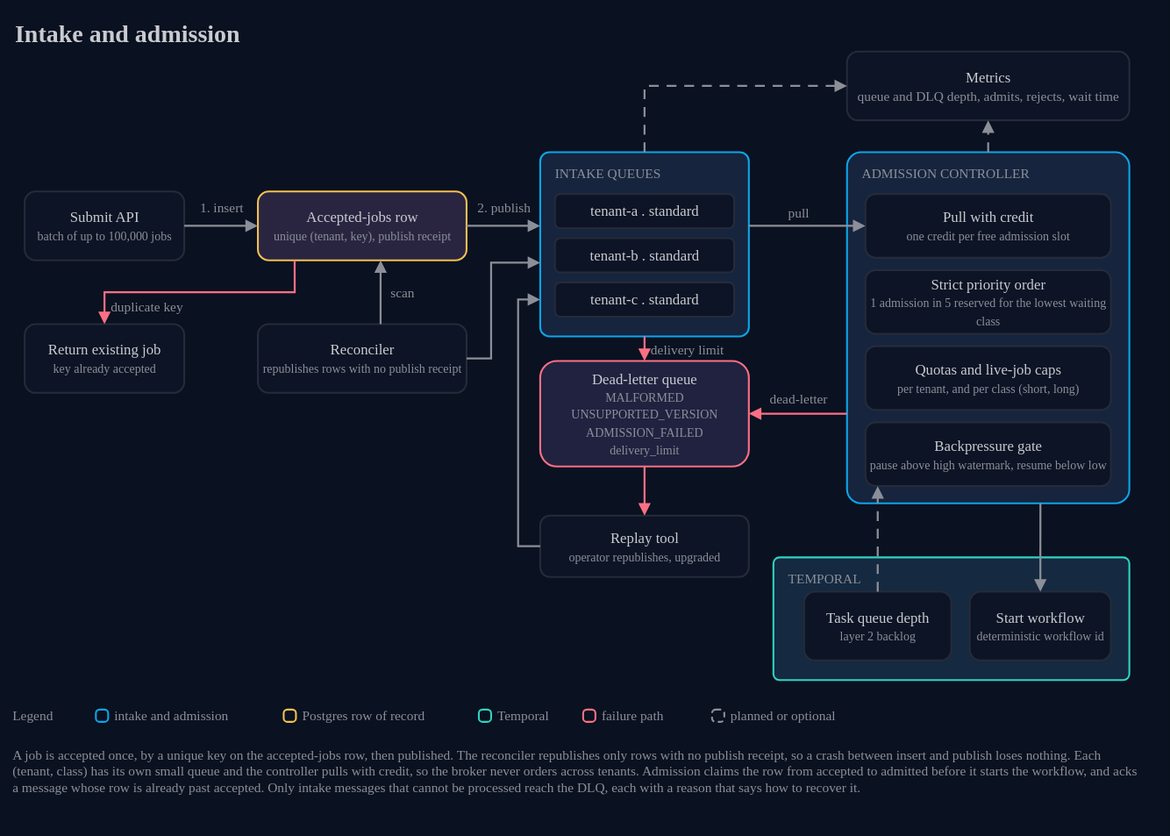
Above: docs/architecture/10-intake-and-admission.drawio.svg in AndoNorth/disyard (draw.io), before the change. Source tidied: cells renumbered, new cells last; positions are measured from the earlier drawing's top-left corner, leaving out a move shared by most shapes.
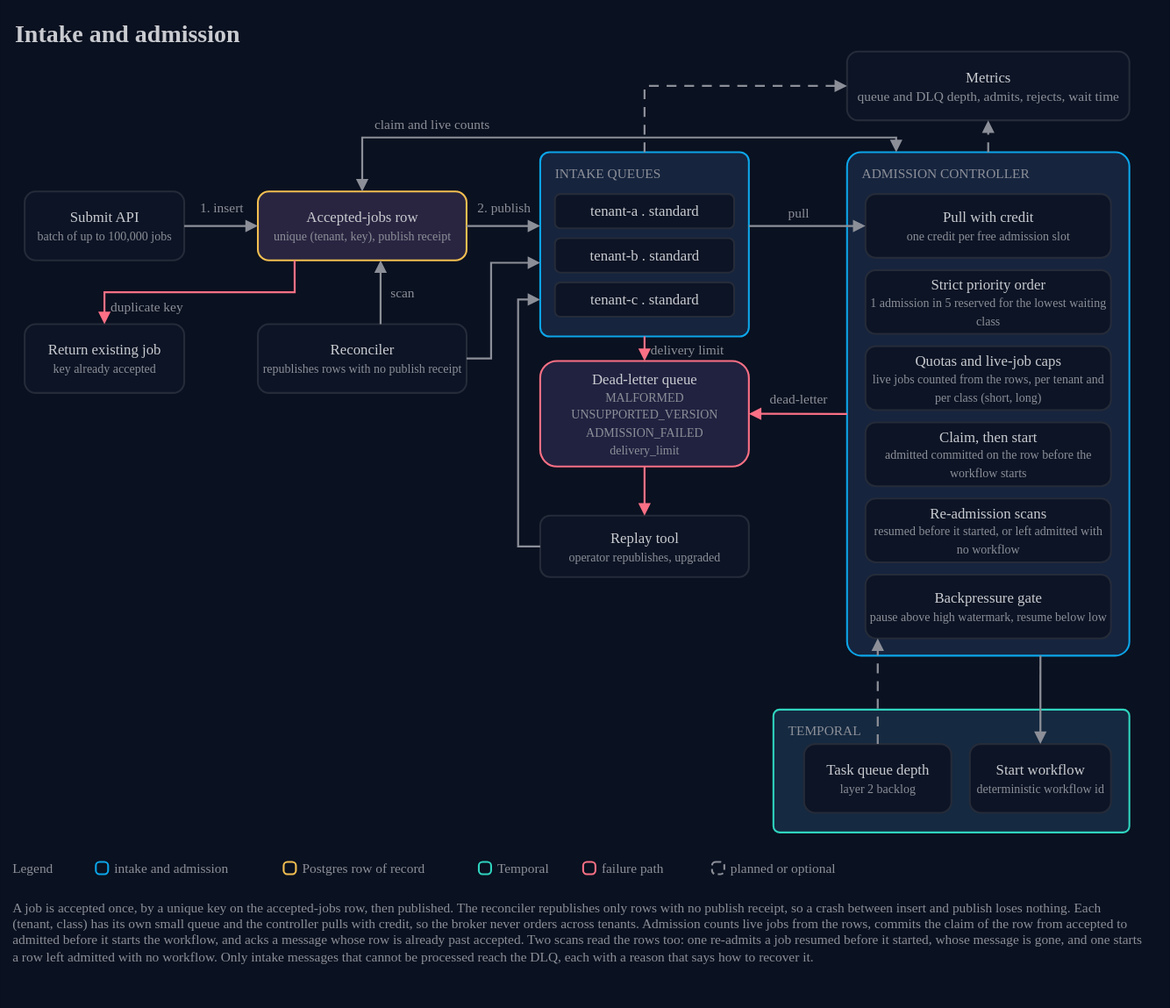
Above is the later version.

Commit message:
feat(admission): [#8] package skeleton, wheel test and diagram 10 (0.1)

What changed in the source:
```diff
@@ -36,7 +36,7 @@
       <mxGeometry x="442" y="220" width="146" height="28" as="geometry" />
     </mxCell>
     <mxCell id="13" style="rounded=1;arcSize=5;html=1;whiteSpace=wrap;fillColor=#16243e;strokeColor=#0ca5e9;strokeWidth=1.5;fontColor=#c9cbd0;fontSize=12;fontFamily=IBM Plex Sans;verticalAlign=top;align=left;" parent="1" vertex="1">
-      <mxGeometry x="680" y="114" width="230" height="286" as="geometry" />
+      <mxGeometry x="680" y="114" width="230" height="410" as="geometry" />
     </mxCell>
     <mxCell id="14" value="ADMISSION CONTROLLER" style="text;html=1;strokeColor=none;fillColor=none;align=left;verticalAlign=middle;whiteSpace=nowrap;fontColor=#8c8f98;fontSize=11;fontFamily=IBM Plex Mono;spacing=0;" parent="1" vertex="1">
       <mxGeometry x="692" y="122" width="206" height="18" as="geometry" />
@@ -47,12 +47,18 @@
     <mxCell id="16" value="Strict priority order&lt;br&gt;&lt;font color=&quot;#8c8f98&quot; style=&quot;font-size:10px&quot;&gt;1 admission in 5 reserved for the lowest waiting class&lt;/font&gt;" style="rounded=1;arcSize=16;html=1;whiteSpace=wrap;fillColor=#0c1425;strokeColor=#252b39;strokeWidth=1.5;fontColor=#c9cbd0;fontSize=12;fontFamily=IBM Plex Sans;" parent="1" vertex="1">
       <mxGeometry x="695" y="210" width="200" height="52" as="geometry" />
     </mxCell>
-    <mxCell id="17" value="Quotas and live-job caps&lt;br&gt;&lt;font color=&quot;#8c8f98&quot; style=&quot;font-size:10px&quot;&gt;per tenant, and per class (short, long)&lt;/font&gt;" style="rounded=1;arcSize=16;html=1;whiteSpace=wrap;fillColor=#0c1425;strokeColor=#252b39;strokeWidth=1.5;fontColor=#c9cbd0;fontSize=12;fontFamily=IBM Plex Sans;" parent="1" vertex="1">
+    <mxCell id="17" value="Quotas and live-job caps&lt;br&gt;&lt;font color=&quot;#8c8f98&quot; style=&quot;font-size:10px&quot;&gt;live jobs counted from the rows, per tenant and per class (short, long)&lt;/font&gt;" style="rounded=1;arcSize=16;html=1;whiteSpace=wrap;fillColor=#0c1425;strokeColor=#252b39;strokeWidth=1.5;fontColor=#c9cbd0;fontSize=12;fontFamily=IBM Plex Sans;" parent="1" vertex="1">
       <mxGeometry x="695" y="272" width="200" height="52" as="geometry" />
     </mxCell>
     <mxCell id="18" value="Backpressure gate&lt;br&gt;&lt;font color=&quot;#8c8f98&quot; style=&quot;font-size:10px&quot;&gt;pause above high watermark, resume below low&lt;/font&gt;" style="rounded=1;arcSize=16;html=1;whiteSpace=wrap;fillColor=#0c1425;strokeColor=#252b39;strokeWidth=1.5;fontColor=#c9cbd0;fontSize=12;fontFamily=IBM Plex Sans;" parent="1" vertex="1">
-      <mxGeometry x="695" y="334" width="200" height="52" as="geometry" />
+      <mxGeometry x="695" y="458" width="200" height="52" as="geometry" />
     </mxCell>
+    <mxCell id="58" value="Claim, then start&lt;br&gt;&lt;font color=&quot;#8c8f98&quot; style=&quot;font-size:10px&quot;&gt;admitted committed on the row before the workflow starts&lt;/font&gt;" style="rounded=1;arcSize=16;html=1;whiteSpace=wrap;fillColor=#0c1425;strokeColor=#252b39;strokeWidth=1.5;fontColor=#c9cbd0;fontSize=12;fontFamily=IBM Plex Sans;" parent="1" vertex="1">
+      <mxGeometry x="695" y="334" width="200" height="52" as="geometry" />
+    </mxCell>
+    <mxCell id="59" value="Re-admission scans&lt;br&gt;&lt;font color=&quot;#8c8f98&quot; style=&quot;font-size:10px&quot;&gt;resumed before it started, or left admitted with no workflow&lt;/font&gt;" style="rounded=1;arcSize=16;html=1;whiteSpace=wrap;fillColor=#0c1425;strokeColor=#252b39;strokeWidth=1.5;fontColor=#c9cbd0;fontSize=12;fontFamily=IBM Plex Sans;" parent="1" vertex="1">
+      <mxGeometry x="695" y="396" width="200" height="52" as="geometry" />
+    </mxCell>
     <mxCell id="19" value="Dead-letter queue&lt;br&gt;&lt;font color=&quot;#8c8f98&quot; style=&quot;font-size:10px&quot;&gt;MALFORMED&lt;br&gt;UNSUPPORTED_VERSION&lt;br&gt;ADMISSION_FAILED&lt;br&gt;delivery_limit&lt;/font&gt;" style="rounded=1;arcSize=16;html=1;whiteSpace=wrap;fillColor=#212240;strokeColor=#fb7085;strokeWidth=1.5;fontColor=#c9cbd0;fontSize=12;fontFamily=IBM Plex Sans;" parent="1" vertex="1">
       <mxGeometry x="430" y="284" width="170" height="86" as="geometry" />
     </mxCell>
@@ -60,16 +66,16 @@
       <mxGeometry x="430" y="410" width="170" height="50" as="geometry" />
     </mxCell>
     <mxCell id="21" style="rounded=1;arcSize=5;html=1;whiteSpace=wrap;fillColor=#152940;strokeColor=#2fd4bf;strokeWidth=1.5;fontColor=#c9cbd0;fontSize=12;fontFamily=IBM Plex Sans;verticalAlign=top;align=left;" parent="1" vertex="1">
-      <mxGeometry x="620" y="444" width="290" height="100" as="geometry" />
+      <mxGeometry x="620" y="568" width="290" height="100" as="geometry" />
     </mxCell>
     <mxCell id="22" value="TEMPORAL" style="text;html=1;strokeColor=none;fillColor=none;align=left;verticalAlign=middle;whiteSpace=nowrap;fontColor=#8c8f98;fontSize=11;fontFamily=IBM Plex Mono;spacing=0;" parent="1" vertex="1">
-      <mxGeometry x="632" y="452" width="266" height="18" as="geometry" />
+      <mxGeometry x="632" y="576" width="266" height="18" as="geometry" />
     </mxCell>
     <mxCell id="23" value="Task queue depth&lt;br&gt;&lt;font color=&quot;#8c8f98&quot; style=&quot;font-size:10px&quot;&gt;layer 2 backlog&lt;/font&gt;" style="rounded=1;arcSize=16;html=1;whiteSpace=wrap;fillColor=#0c1425;strokeColor=#252b39;strokeWidth=1.5;fontColor=#c9cbd0;fontSize=12;fontFamily=IBM Plex Sans;" parent="1" vertex="1">
-      <mxGeometry x="645" y="472" width="120" height="56" as="geometry" />
+      <mxGeometry x="645" y="596" width="120" height="56" as="geometry" />
     </mxCell>
     <mxCell id="24" value="Start workflow&lt;br&gt;&lt;font color=&quot;#8c8f98&quot; style=&quot;font-size:10px&quot;&gt;deterministic workflow id&lt;/font&gt;" style="rounded=1;arcSize=16;html=1;whiteSpace=wrap;fillColor=#0c1425;strokeColor=#252b39;strokeWidth=1.5;fontColor=#c9cbd0;fontSize=12;fontFamily=IBM Plex Sans;" parent="1" vertex="1">
-      <mxGeometry x="780" y="472" width="115" height="56" as="geometry" />
+      <mxGeometry x="780" y="596" width="115" height="56" as="geometry" />
     </mxCell>
     <mxCell id="25" style="endArrow=block;endFill=1;startArrow=none;startFill=1;html=1;rounded=0;strokeColor=#8c8f98;strokeWidth=1.6;exitX=1;exitY=0.5;exitDx=0;exitDy=0;entryX=0;entryY=0.5;entryDx=0;entryDy=0;" parent="1" edge="1" source="4" target="5">
       <mxGeometry relative="1" as="geometry" />
@@ -102,7 +108,7 @@
     <mxCell id="31" style="endArrow=block;endFill=1;startArrow=none;startFill=1;html=1;rounded=0;strokeColor=#fb7085;strokeWidth=1.6;exitX=0.5;exitY=1;exitDx=0;exitDy=0;entryX=0.5;entryY=0;entryDx=0;entryDy=0;" parent="1" edge="1" source="8" target="19">
       <mxGeometry relative="1" as="geometry" />
     </mxCell>
-    <mxCell id="32" style="endArrow=block;endFill=1;startArrow=none;startFill=1;html=1;rounded=0;strokeColor=#fb7085;strokeWidth=1.6;exitX=0;exitY=0.745;exitDx=0;exitDy=0;entryX=1;entryY=0.5;entryDx=0;entryDy=0;" parent="1" edge="1" source="13" target="19">
+    <mxCell id="32" style="endArrow=block;endFill=1;startArrow=none;startFill=1;html=1;rounded=0;strokeColor=#fb7085;strokeWidth=1.6;exitX=0;exitY=0.52;exitDx=0;exitDy=0;entryX=1;entryY=0.5;entryDx=0;entryDy=0;" parent="1" edge="1" source="13" target="19">
       <mxGeometry relative="1" as="geometry" />
     </mxCell>
     <mxCell id="33" style="endArrow=block;endFill=1;startArrow=none;startFill=1;html=1;rounded=0;strokeColor=#fb7085;strokeWidth=1.6;exitX=0.5;exitY=1;exitDx=0;exitDy=0;entryX=0.5;entryY=0;entryDx=0;entryDy=0;" parent="1" edge="1" source="19" target="20">
@@ -132,6 +138,17 @@
     <mxCell id="38" style="endArrow=block;endFill=1;startArrow=none;startFill=1;html=1;rounded=0;strokeColor=#8c8f98;strokeWidth=1.6;dashed=1;dashPattern=5 4;exitX=0.5;exitY=0;exitDx=0;exitDy=0;entryX=0.5;entryY=1;entryDx=0;entryDy=0;" parent="1" edge="1" source="13" target="3">
       <mxGeometry relative="1" as="geometry" />
     </mxCell>
+    <mxCell id="60" style="endArrow=block;endFill=1;startArrow=block;startFill=1;html=1;rounded=0;strokeColor=#8c8f98;strokeWidth=1.6;exitX=0.174;exitY=0;exitDx=0;exitDy=0;entryX=0.5;entryY=0;entryDx=0;entryDy=0;" parent="1" edge="1" source="13" target="5">
+      <mxGeometry relative="1" as="geometry">
+        <Array as="points">
+          <mxPoint x="720" y="102" />
+          <mxPoint x="285" y="102" />
+        </Array>
+      </mxGeometry>
+    </mxCell>
+    <mxCell id="61" value="claim and live counts" style="text;html=1;strokeColor=none;fillColor=none;align=left;verticalAlign=middle;whiteSpace=nowrap;fontColor=#8c8f98;fontSize=11;fontFamily=IBM Plex Sans;spacing=0;" parent="1" vertex="1">
+      <mxGeometry x="295" y="82" width="130" height="18" as="geometry" />
+    </mxCell>
     <mxCell id="39" value="1. insert" style="text;html=1;strokeColor=none;fillColor=none;align=center;verticalAlign=middle;whiteSpace=nowrap;fontColor=#8c8f98;fontSize=11;fontFamily=IBM Plex Sans;spacing=0;" parent="1" vertex="1">
       <mxGeometry x="140" y="150" width="60" height="18" as="geometry" />
     </mxCell>
@@ -154,40 +171,40 @@
       <mxGeometry x="80" y="231" width="100" height="18" as="geometry" />
     </mxCell>
     <mxCell id="46" value="Legend" style="text;html=1;strokeColor=none;fillColor=none;align=left;verticalAlign=middle;whiteSpace=nowrap;fontColor=#8c8f98;fontSize=11;fontFamily=IBM Plex Mono;spacing=0;" parent="1" vertex="1">
-      <mxGeometry y="564" width="60" height="18" as="geometry" />
+      <mxGeometry y="688" width="60" height="18" as="geometry" />
     </mxCell>
     <mxCell id="47" style="rounded=1;arcSize=30;html=1;fillColor=none;strokeColor=#0ca5e9;strokeWidth=1.5;" parent="1" vertex="1">
-      <mxGeometry x="68" y="568" width="10" height="10" as="geometry" />
+      <mxGeometry x="68" y="692" width="10" height="10" as="geometry" />
     </mxCell>
     <mxCell id="48" value="intake and admission" style="text;html=1;strokeColor=none;fillColor=none;align=left;verticalAlign=middle;whiteSpace=nowrap;fontColor=#8c8f98;fontSize=11;fontFamily=IBM Plex Sans;spacing=0;" parent="1" vertex="1">
-      <mxGeometry x="83" y="564" width="124" height="18" as="geometry" />
+      <mxGeometry x="83" y="688" width="124" height="18" as="geometry" />
     </mxCell>
     <mxCell id="49" style="rounded=1;arcSize=30;html=1;fillColor=none;strokeColor=#f4bf51;strokeWidth=1.5;" parent="1" vertex="1">
-      <mxGeometry x="221" y="568" width="10" height="10" as="geometry" />
+      <mxGeometry x="221" y="692" width="10" height="10" as="geometry" />
     </mxCell>
     <mxCell id="50" value="Postgres row of record" style="text;html=1;strokeColor=none;fillColor=none;align=left;verticalAlign=middle;whiteSpace=nowrap;fontColor=#8c8f98;fontSize=11;fontFamily=IBM Plex Sans;spacing=0;" parent="1" vertex="1">
-      <mxGeometry x="236" y="564" width="130" height="18" as="geometry" />
+      <mxGeometry x="236" y="688" width="130" height="18" as="geometry" />
     </mxCell>
     <mxCell id="51" style="rounded=1;arcSize=30;html=1;fillColor=none;strokeColor=#2fd4bf;strokeWidth=1.5;" parent="1" vertex="1">
-      <mxGeometry x="380" y="568" width="10" height="10" as="geometry" />
+      <mxGeometry x="380" y="692" width="10" height="10" as="geometry" />
     </mxCell>
     <mxCell id="52" value="Temporal" style="text;html=1;strokeColor=none;fillColor=none;align=left;verticalAlign=middle;whiteSpace=nowrap;fontColor=#8c8f98;fontSize=11;fontFamily=IBM Plex Sans;spacing=0;" parent="1" vertex="1">
-      <mxGeometry x="395" y="564" width="56" height="18" as="geometry" />
+      <mxGeometry x="395" y="688" width="56" height="18" as="geometry" />
     </mxCell>
     <mxCell id="53" style="rounded=1;arcSize=30;html=1;fillColor=none;strokeColor=#fb7085;strokeWidth=1.5;" parent="1" vertex="1">
-      <mxGeometry x="465" y="568" width="10" height="10" as="geometry" />
+      <mxGeometry x="465" y="692" width="10" height="10" as="geometry" />
     </mxCell>
     <mxCell id="54" value="failure path" style="text;html=1;strokeColor=none;fillColor=none;align=left;verticalAlign=middle;whiteSpace=nowrap;fontColor=#8c8f98;fontSize=11;fontFamily=IBM Plex Sans;spacing=0;" parent="1" vertex="1">
-      <mxGeometry x="480" y="564" width="76" height="18" as="geometry" />
+      <mxGeometry x="480" y="688" width="76" height="18" as="geometry" />
     </mxCell>
     <mxCell id="55" style="rounded=1;arcSize=30;html=1;fillColor=none;strokeColor=#8c8f98;strokeWidth=1.5;dashed=1;dashPattern=3 2;" parent="1" vertex="1">
-      <mxGeometry x="570" y="568" width="10" height="10" as="geometry" />
+      <mxGeometry x="570" y="692" width="10" height="10" as="geometry" />
     </mxCell>
     <mxCell id="56" value="planned or optional" style="text;html=1;strokeColor=none;fillColor=none;align=left;verticalAlign=middle;whiteSpace=nowrap;fontColor=#8c8f98;fontSize=11;fontFamily=IBM Plex Sans;spacing=0;" parent="1" vertex="1">
-      <mxGeometry x="585" y="564" width="116" height="18" as="geometry" />
+      <mxGeometry x="585" y="688" width="116" height="18" as="geometry" />
     </mxCell>
-    <mxCell id="57" value="A job is accepted once, by a unique key on the accepted-jobs row, then published. The reconciler republishes only rows with no publish receipt, so a crash between insert and publish loses nothing. Each (tenant, class) has its own small queue and the controller pulls with credit, so the broker never orders across tenants. Admission claims the row from accepted to admitted before it starts the workflow, and acks a message whose row is already past accepted. Only intake messages that cannot be processed reach the DLQ, each with a reason that says how to recover it." style="text;html=1;strokeColor=none;fillColor=none;align=left;verticalAlign=top;whiteSpace=wrap;fontColor=#8c8f98;fontSize=11;fontFamily=IBM Plex Sans;spacing=0;" parent="1" vertex="1">
-      <mxGeometry y="594" width="920" height="56" as="geometry" />
+    <mxCell id="57" value="A job is accepted once, by a unique key on the accepted-jobs row, then published. The reconciler republishes only rows with no publish receipt, so a crash between insert and publish loses nothing. Each (tenant, class) has its own small queue and the controller pulls with credit, so the broker never orders across tenants. Admission counts live jobs from the rows, commits the claim of the row from accepted to admitted before it starts the workflow, and acks a message whose row is already past accepted. Two scans read the rows too: one re-admits a job resumed before it started, whose message is gone, and one starts a row left admitted with no workflow. Only intake messages that cannot be processed reach the DLQ, each with a reason that says how to recover it." style="text;html=1;strokeColor=none;fillColor=none;align=left;verticalAlign=top;whiteSpace=wrap;fontColor=#8c8f98;fontSize=11;fontFamily=IBM Plex Sans;spacing=0;" parent="1" vertex="1">
+      <mxGeometry y="718" width="920" height="72" as="geometry" />
     </mxCell>
   </root>
 </mxGraphModel>
```
